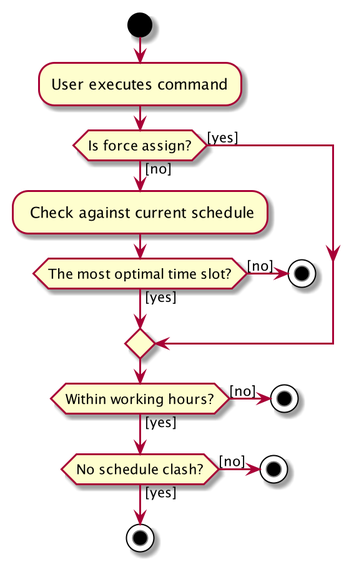
Earlier version of the PlantUML export docs/images/AssignActivityDiagram.png (nus-cs2103-AY1920S1/addressbook-level3). Source of this version:
```plantuml
@startuml
start
:User executes command;


if (Is force assign?) then ([yes])

else ([no])
    : Check against current schedule;
    if (The most optimal time slot?) then ([yes])
    else ([no])
        stop
    endif
endif
if (Within working hours?) then ([yes])
else ([no])
    stop
endif
if (No schedule clash?) then ([yes])
    else ([no])
        stop
endif
stop
@enduml
```
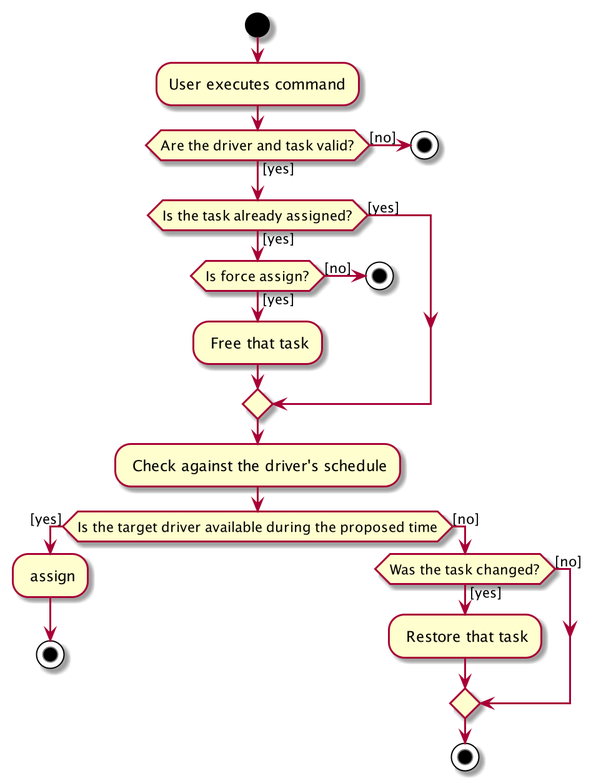
After the change.

Diff of the diagram source:
```diff
@@ -3,22 +3,31 @@
 :User executes command;
 
 
-if (Is force assign?) then ([yes])
 
+if (Are the driver and task valid?) then ([yes])
 else ([no])
-    : Check against current schedule;
-    if (The most optimal time slot?) then ([yes])
+ stop
+endif
+
+if (Is the task already assigned?) then ([yes])
+
+else ([yes])
+    if (Is force assign?) then ([yes])
+    : Free that task;
     else ([no])
         stop
     endif
 endif
-if (Within working hours?) then ([yes])
+
+: Check against the driver's schedule;
+if (Is the target driver available during the proposed time) then ([yes])
+    : assign;
+    stop
 else ([no])
-    stop
-endif
-if (No schedule clash?) then ([yes])
+    if (Was the task changed?) then ([yes])
+        : Restore that task;
     else ([no])
-        stop
 endif
 stop
+
 @enduml
```
